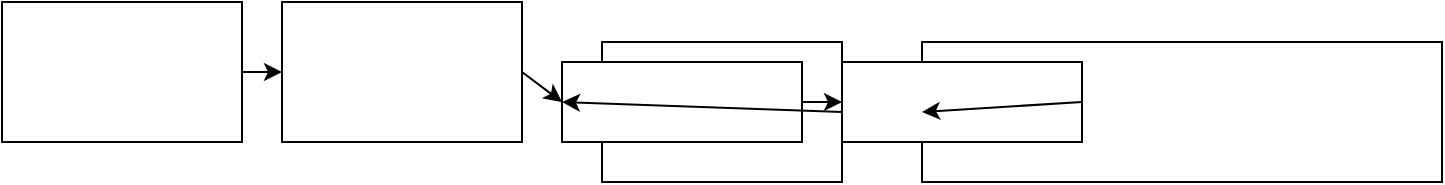
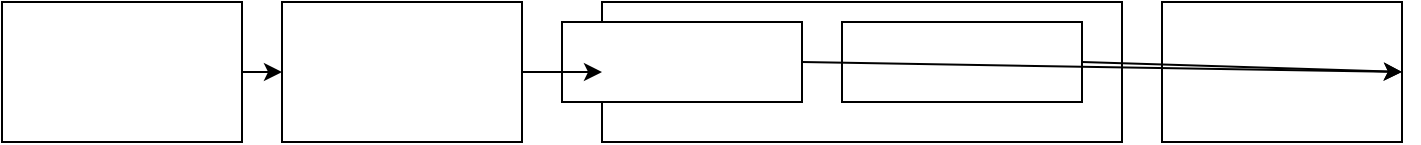
<mxfile>
  <diagram>
    <mxGraphModel>
      <root>
        <mxCell id="0"/>
        <mxCell id="1" parent="0"/>
-         <object gap="4" name="src_a" placeholders="1" id="8">
+         <object gap="4" name="src0" placeholders="1" id="8">
          <mxCell style="drawclockType=source;points=[[1.0000,0.5000,0,0,0]];" vertex="1" parent="1">
-             <mxGeometry x="0" y="20" width="120" height="70" as="geometry"/>
+             <mxGeometry x="0" y="40" width="120" height="70" as="geometry"/>
          </mxCell>
        </object>
-         <object gap="4" name="a" placeholders="1" id="10">
+         <object gap="4" name="pll0" placeholders="1" id="10">
          <mxCell style="drawclockType=pll;points=[[0.3500,0.3333,0,0,0],[0.6500,0.3333,0,0,0]];" vertex="1" parent="1">
-             <mxGeometry x="140" y="20" width="120" height="70" as="geometry"/>
+             <mxGeometry x="140" y="40" width="120" height="70" as="geometry"/>
          </mxCell>
        </object>
-         <object gap="4" name="b" placeholders="1" id="11">
-           <mxCell style="drawclockType=gate;points=[[0.0000,0.5000,0,0,0],[1.0000,0.5000,0,0,0]];" vertex="1" parent="1">
-             <mxGeometry x="300" y="40" width="120" height="70" as="geometry"/>
+         <object freq="50" freq_gap="30" gap="4" name="clk0" placeholders="1" id="12">
+           <mxCell style="drawclockType=clock;points=[[0.0000,0.5000,0,0,0]];" vertex="1" parent="1">
+             <mxGeometry x="300" y="40" width="260" height="70" as="geometry"/>
          </mxCell>
        </object>
-         <object freq="1" freq_gap="30" gap="4" name="c" placeholders="1" id="12">
-           <mxCell style="drawclockType=clock;points=[[0.0000,0.5000,0,0,0]];" vertex="1" parent="1">
-             <mxGeometry x="460" y="40" width="260" height="70" as="geometry"/>
-           </mxCell>
-         </object>
-         <object gap="4" name="hub" placeholders="1" id="13">
-           <mxCell style="drawclockType=wire;points=[[0.0000,0.5000,0,0,0],[1.0000,0.5000,0,0,0]];" vertex="1" parent="1">
+         <object gap="4" name="clk0" placeholders="1" id="13">
+           <mxCell style="drawclockType=from;points=[[1.0000,0.5000,0,0,0]];" vertex="1" parent="1">
            <mxGeometry x="280" y="50" width="120" height="40" as="geometry"/>
          </mxCell>
        </object>
-         <object gap="4" name="hub" placeholders="1" id="14">
-           <mxCell style="drawclockType=wire;points=[[0.0000,0.5000,0,0,0],[1.0000,0.5000,0,0,0]];" vertex="1" parent="1">
+         <object gap="4" name="clk0" placeholders="1" id="14">
+           <mxCell style="drawclockType=from;points=[[1.0000,0.5000,0,0,0]];" vertex="1" parent="1">
            <mxGeometry x="420" y="50" width="120" height="40" as="geometry"/>
+           </mxCell>
+         </object>
+         <object gap="4" name="gate0" placeholders="1" id="15">
+           <mxCell style="drawclockType=gate;points=[[0.0000,0.5000,0,0,0],[1.0000,0.5000,0,0,0]];" vertex="1" parent="1">
+             <mxGeometry x="580" y="40" width="120" height="70" as="geometry"/>
          </mxCell>
        </object>
        <mxCell id="18" style="exitX=1;exitY=0.5;entryX=0;entryY=0.5;" edge="1" parent="1" source="8" target="10">
          <mxGeometry relative="1" as="geometry"/>
        </mxCell>
-         <mxCell id="20" style="exitX=1;exitY=0.5;entryX=0;entryY=0.5;" edge="1" parent="1" source="10" target="13">
+         <mxCell id="19" style="exitX=1;exitY=0.5;entryX=0;entryY=0.5;" edge="1" parent="1" source="10" target="12">
          <mxGeometry relative="1" as="geometry"/>
        </mxCell>
-         <mxCell id="21" style="exitX=1;exitY=0.5;entryX=0;entryY=0.5;" edge="1" parent="1" source="11" target="13">
+         <mxCell id="20" style="exitX=1;exitY=0.5;entryX=1;entryY=0.5;" edge="1" parent="1" source="13" target="15">
          <mxGeometry relative="1" as="geometry"/>
        </mxCell>
-         <mxCell id="22" style="exitX=1;exitY=0.5;entryX=0;entryY=0.5;" edge="1" parent="1" source="14" target="12">
-           <mxGeometry relative="1" as="geometry"/>
-         </mxCell>
-         <mxCell id="23" style="exitX=1;exitY=0.5;entryX=0;entryY=0.5;" edge="1" parent="1" source="13" target="14">
+         <mxCell id="21" style="exitX=1;exitY=0.5;entryX=1;entryY=0.5;" edge="1" parent="1" source="14" target="15">
          <mxGeometry relative="1" as="geometry"/>
        </mxCell>
      </root>
    </mxGraphModel>
  </diagram>
</mxfile>
